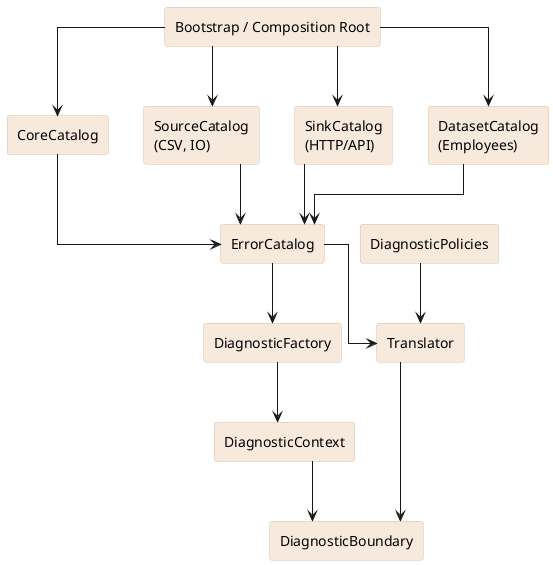
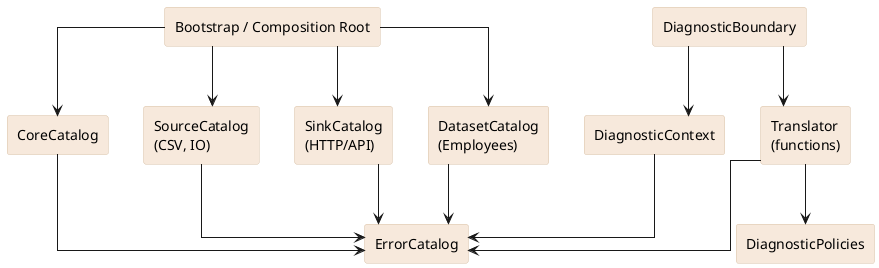
@startuml
set namespaceSeparator none
skinparam componentStyle rectangle
skinparam backgroundColor white
skinparam linetype ortho
skinparam defaultFontName Arial
skinparam component {
  BackgroundColor #f7e9dc
  BorderColor #d9c2a8
}

component "Bootstrap / Composition Root" as boot

component "CoreCatalog" as core
component "SourceCatalog\n(CSV, IO)" as src
component "SinkCatalog\n(HTTP/API)" as sink
component "DatasetCatalog\n(Employees)" as emp

component "ErrorCatalog" as catalog
- component "DiagnosticFactory" as factory
component "DiagnosticContext" as ctx
- component "Translator" as translator
+ component "Translator\n(functions)" as translator
component "DiagnosticPolicies" as policy
component "DiagnosticBoundary" as boundary

boot --> core
boot --> src
boot --> sink
boot --> emp

core --> catalog
src --> catalog
sink --> catalog
emp --> catalog

- catalog --> factory
- factory --> ctx
- catalog --> translator
- policy --> translator
- 
- translator --> boundary
- ctx --> boundary
+ ctx --> catalog
+ translator --> catalog
+ translator --> policy
+ boundary --> translator
+ boundary --> ctx
@enduml
